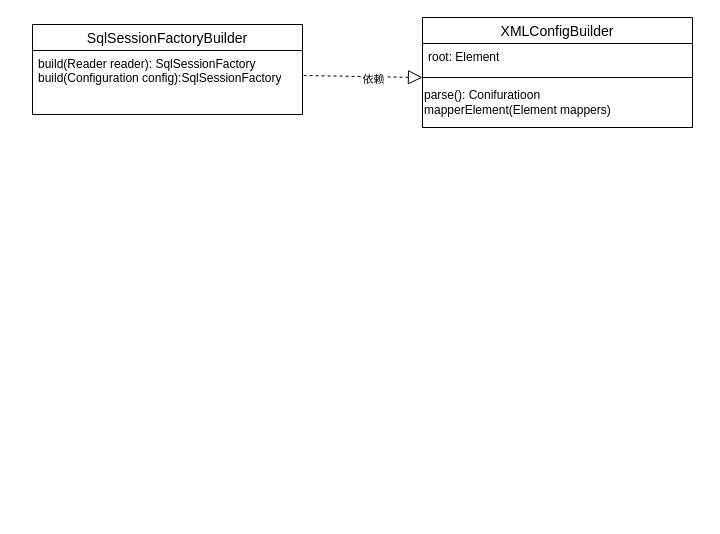
Earlier version of the draw.io diagram 新建流程图.drawio (weixiaojian/draw-io-lib). Source tidied: cells renumbered, new cells numbered last; positions are measured from the earlier drawing's top-left corner, leaving out a move shared by most shapes. Both pictures are drawn from the tidied source at 100%, with x=0, y=0 at pixel (32, 17).
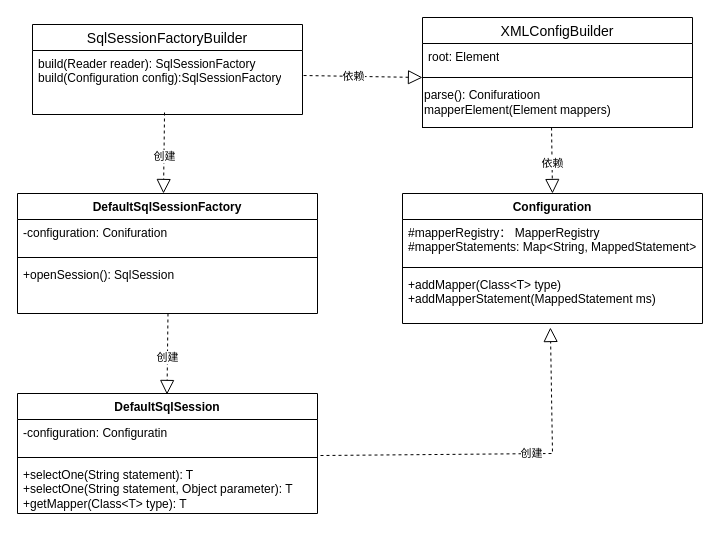
The same diagram, later.

Commit message (it also covers changes not shown here):
更新新建流程图.drawio

Unchanged cells that the change refers to:
```xml
<mxCell id="3" value="build(Reader reader): SqlSessionFactory&lt;br&gt;build(Configuration config):SqlSessionFactory" style="text;strokeColor=none;fillColor=none;spacingLeft=4;spacingRight=4;overflow=hidden;points=[[0,0.5],[1,0.5]];portConstraint=eastwest;fontSize=12;whiteSpace=wrap;html=1;" parent="2" vertex="1">
  <mxGeometry y="26" width="270" height="64" as="geometry" />
</mxCell>
<mxCell id="6" value="parse(): Conifuratioon&lt;br&gt;mapperElement(Element mappers)" style="rounded=0;whiteSpace=wrap;html=1;fillColor=none;align=left;" parent="1" vertex="1">
  <mxGeometry x="390" y="60" width="270" height="50" as="geometry" />
</mxCell>
<mxCell id="7" style="endArrow=block;dashed=1;endFill=0;endSize=12;html=1;rounded=0;entryX=0;entryY=0;entryDx=0;entryDy=0;exitX=1.004;exitY=0.391;exitDx=0;exitDy=0;exitPerimeter=0;" parent="1" edge="1" source="3" target="6">
  <mxGeometry relative="1" as="geometry" />
</mxCell>
```

Diff of the diagram source:
```diff
@@
     <mxCell id="8" value="依赖" style="edgeLabel;html=1;align=center;verticalAlign=middle;" parent="7" vertex="1">
-      <mxGeometry x="0.16" y="-2" relative="1" as="geometry" />
+      <mxGeometry x="0.16" y="-2" relative="1" as="geometry">
+        <mxPoint x="-20" y="-3" as="offset" />
+      </mxGeometry>
     </mxCell>
+    <mxCell id="9" value="Configuration" style="swimlane;fontStyle=1;align=center;verticalAlign=top;horizontal=1;startSize=26;whiteSpace=wrap;html=1;" parent="1" vertex="1">
+      <mxGeometry x="370" y="176" width="300" height="130" as="geometry" />
+    </mxCell>
+    <mxCell id="10" value="#mapperRegistry： MapperRegistry&lt;br&gt;#mapperStatements: Map&amp;lt;String, MappedStatement&amp;gt;" style="text;strokeColor=none;fillColor=none;align=left;verticalAlign=top;spacingLeft=4;spacingRight=4;overflow=hidden;whiteSpace=wrap;html=1;" parent="9" vertex="1">
+      <mxGeometry y="26" width="300" height="44" as="geometry" />
+    </mxCell>
+    <mxCell id="11" style="line;strokeWidth=1;fillColor=none;align=left;verticalAlign=middle;spacingTop=-1;spacingLeft=3;spacingRight=3;labelPosition=right;strokeColor=inherit;" parent="9" vertex="1">
+      <mxGeometry y="70" width="300" height="8" as="geometry" />
+    </mxCell>
+    <mxCell id="12" value="+addMapper(Class&amp;lt;T&amp;gt; type)&lt;br&gt;+addMapperStatement(MappedStatement ms)" style="text;strokeColor=none;fillColor=none;align=left;verticalAlign=top;spacingLeft=4;spacingRight=4;overflow=hidden;points=[[0,0.5],[1,0.5]];portConstraint=eastwest;whiteSpace=wrap;html=1;" parent="9" vertex="1">
+      <mxGeometry y="78" width="300" height="52" as="geometry" />
+    </mxCell>
+    <mxCell id="13" style="endArrow=block;dashed=1;endFill=0;endSize=12;html=1;rounded=0;entryX=0.5;entryY=0;entryDx=0;entryDy=0;exitX=0.478;exitY=1;exitDx=0;exitDy=0;exitPerimeter=0;" parent="1" edge="1" source="6" target="9">
+      <mxGeometry relative="1" as="geometry" />
+    </mxCell>
+    <mxCell id="14" value="依赖" style="edgeLabel;html=1;align=center;verticalAlign=middle;" parent="13" vertex="1">
+      <mxGeometry x="0.16" y="-2" relative="1" as="geometry">
+        <mxPoint x="2" y="-3" as="offset" />
+      </mxGeometry>
+    </mxCell>
+    <mxCell id="15" value="DefaultSqlSessionFactory" style="swimlane;fontStyle=1;align=center;verticalAlign=top;horizontal=1;startSize=26;whiteSpace=wrap;html=1;" parent="1" vertex="1">
+      <mxGeometry x="-15" y="176" width="300" height="120" as="geometry" />
+    </mxCell>
+    <mxCell id="16" value="-configuration: Conifuration" style="text;strokeColor=none;fillColor=none;align=left;verticalAlign=top;spacingLeft=4;spacingRight=4;overflow=hidden;whiteSpace=wrap;html=1;" parent="15" vertex="1">
+      <mxGeometry y="26" width="300" height="34" as="geometry" />
+    </mxCell>
+    <mxCell id="17" style="line;strokeWidth=1;fillColor=none;align=left;verticalAlign=middle;spacingTop=-1;spacingLeft=3;spacingRight=3;labelPosition=right;strokeColor=inherit;" parent="15" vertex="1">
+      <mxGeometry y="60" width="300" height="8" as="geometry" />
+    </mxCell>
+    <mxCell id="18" value="+openSession(): SqlSession" style="text;strokeColor=none;fillColor=none;align=left;verticalAlign=top;spacingLeft=4;spacingRight=4;overflow=hidden;whiteSpace=wrap;html=1;" parent="15" vertex="1">
+      <mxGeometry y="68" width="300" height="52" as="geometry" />
+    </mxCell>
+    <mxCell id="19" style="endArrow=block;dashed=1;endFill=0;endSize=12;html=1;rounded=0;entryX=0.5;entryY=0;entryDx=0;entryDy=0;exitX=0.489;exitY=0.969;exitDx=0;exitDy=0;exitPerimeter=0;" parent="1" edge="1" source="3">
+      <mxGeometry relative="1" as="geometry">
+        <mxPoint x="131" y="176" as="targetPoint" />
+      </mxGeometry>
+    </mxCell>
+    <mxCell id="20" value="创建" style="edgeLabel;html=1;align=center;verticalAlign=middle;" parent="19" vertex="1">
+      <mxGeometry x="0.16" y="-2" relative="1" as="geometry">
+        <mxPoint x="2" y="-3" as="offset" />
+      </mxGeometry>
+    </mxCell>
+    <mxCell id="21" value="DefaultSqlSession" style="swimlane;fontStyle=1;align=center;verticalAlign=top;horizontal=1;startSize=26;whiteSpace=wrap;html=1;" parent="1" vertex="1">
+      <mxGeometry x="-15" y="376" width="300" height="120" as="geometry" />
+    </mxCell>
+    <mxCell id="22" value="-configuration: Configuratin" style="text;strokeColor=none;fillColor=none;align=left;verticalAlign=top;spacingLeft=4;spacingRight=4;overflow=hidden;whiteSpace=wrap;html=1;" parent="21" vertex="1">
+      <mxGeometry y="26" width="300" height="34" as="geometry" />
+    </mxCell>
+    <mxCell id="23" style="line;strokeWidth=1;fillColor=none;align=left;verticalAlign=middle;spacingTop=-1;spacingLeft=3;spacingRight=3;labelPosition=right;strokeColor=inherit;" parent="21" vertex="1">
+      <mxGeometry y="60" width="300" height="8" as="geometry" />
+    </mxCell>
+    <mxCell id="24" value="+selectOne(String statement): T&lt;br&gt;+selectOne(String statement, Object parameter): T&lt;br&gt;+getMapper(Class&amp;lt;T&amp;gt; type): T" style="text;strokeColor=none;fillColor=none;align=left;verticalAlign=top;spacingLeft=4;spacingRight=4;overflow=hidden;points=[[0,0.5],[1,0.5]];portConstraint=eastwest;whiteSpace=wrap;html=1;" parent="21" vertex="1">
+      <mxGeometry y="68" width="300" height="52" as="geometry" />
+    </mxCell>
+    <mxCell id="25" style="endArrow=block;dashed=1;endFill=0;endSize=12;html=1;rounded=0;entryX=0.5;entryY=0;entryDx=0;entryDy=0;exitX=0.489;exitY=0.969;exitDx=0;exitDy=0;exitPerimeter=0;" parent="1" edge="1">
+      <mxGeometry relative="1" as="geometry">
+        <mxPoint x="135.5" y="296" as="sourcePoint" />
+        <mxPoint x="134.5" y="377" as="targetPoint" />
+      </mxGeometry>
+    </mxCell>
+    <mxCell id="26" value="创建" style="edgeLabel;html=1;align=center;verticalAlign=middle;" parent="25" vertex="1">
+      <mxGeometry x="0.16" y="-2" relative="1" as="geometry">
+        <mxPoint x="2" y="-3" as="offset" />
+      </mxGeometry>
+    </mxCell>
+    <mxCell id="27" style="endArrow=block;dashed=1;endFill=0;endSize=12;html=1;rounded=0;entryX=0.493;entryY=1.077;entryDx=0;entryDy=0;exitX=1.01;exitY=-0.115;exitDx=0;exitDy=0;exitPerimeter=0;entryPerimeter=0;" parent="1" edge="1" source="24" target="12">
+      <mxGeometry relative="1" as="geometry">
+        <Array as="points">
+          <mxPoint x="520" y="436" />
+        </Array>
+      </mxGeometry>
+    </mxCell>
+    <mxCell id="28" value="创建" style="edgeLabel;html=1;align=center;verticalAlign=middle;" parent="27" vertex="1">
+      <mxGeometry x="0.16" y="-2" relative="1" as="geometry">
+        <mxPoint x="2" y="-3" as="offset" />
+      </mxGeometry>
+    </mxCell>
```
